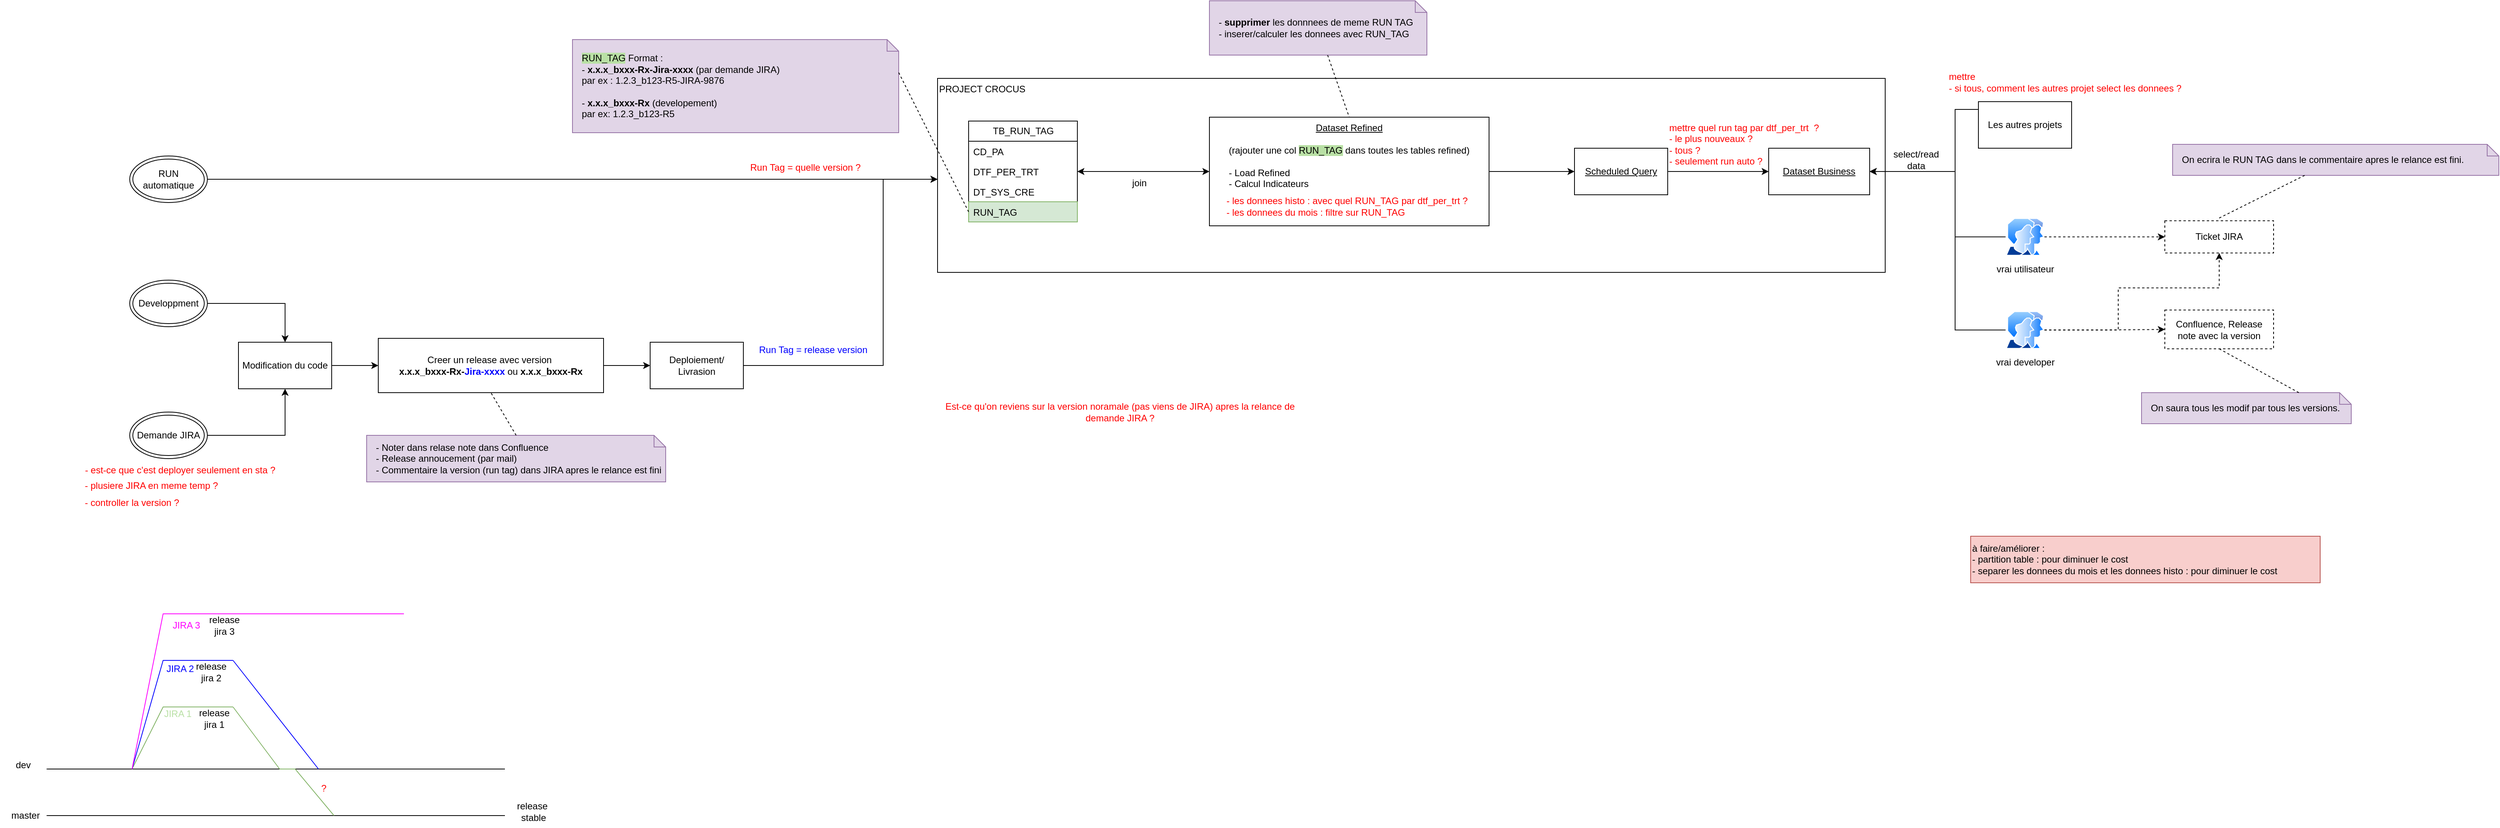
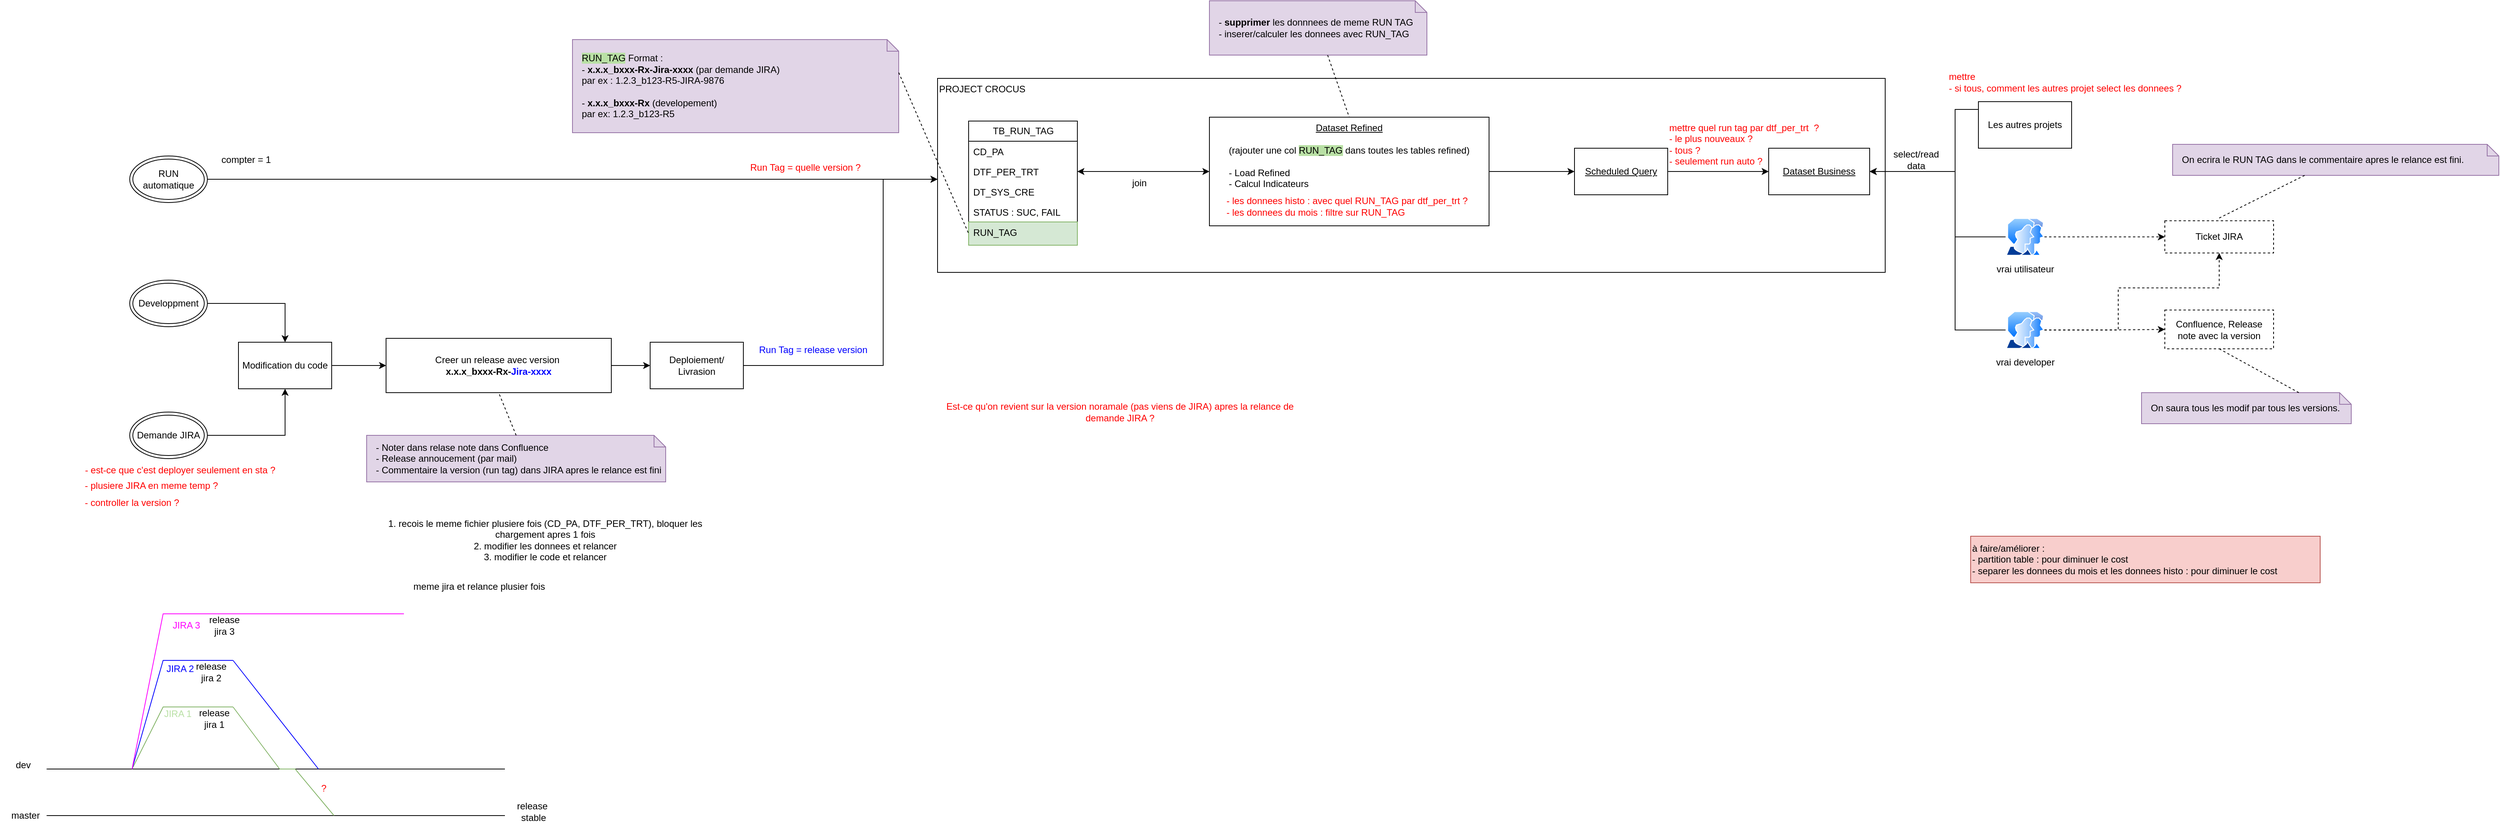
<mxfile host="app.diagrams.net">
  <diagram name="Page-1" id="bEAYSmEDHXBXhFzCy1HB">
-     <mxGraphModel dx="2873" dy="1106" grid="1" gridSize="10" guides="1" tooltips="1" connect="1" arrows="1" fold="1" page="1" pageScale="1" pageWidth="827" pageHeight="1169" math="0" shadow="0">
+     <mxGraphModel dx="2077" dy="608" grid="1" gridSize="10" guides="1" tooltips="1" connect="1" arrows="1" fold="1" page="1" pageScale="1" pageWidth="827" pageHeight="1169" math="0" shadow="0">
      <root>
        <mxCell id="0" />
        <mxCell id="1" parent="0" />
        <mxCell id="QUzsFoNl6aFI_2ed8XXq-13" parent="1" style="rounded=0;whiteSpace=wrap;html=1;align=left;verticalAlign=top;" value="PROJECT CROCUS" vertex="1">
          <mxGeometry height="250" width="1220" x="380" y="140" as="geometry" />
        </mxCell>
        <mxCell id="QUzsFoNl6aFI_2ed8XXq-1" parent="1" style="swimlane;fontStyle=0;childLayout=stackLayout;horizontal=1;startSize=26;fillColor=none;horizontalStack=0;resizeParent=1;resizeParentMax=0;resizeLast=0;collapsible=1;marginBottom=0;html=1;" value="TB_RUN_TAG" vertex="1">
-           <mxGeometry height="130" width="140" x="420" y="195" as="geometry" />
+           <mxGeometry height="160" width="140" x="420" y="195" as="geometry" />
        </mxCell>
        <mxCell id="QUzsFoNl6aFI_2ed8XXq-2" parent="QUzsFoNl6aFI_2ed8XXq-1" style="text;strokeColor=none;fillColor=none;align=left;verticalAlign=top;spacingLeft=4;spacingRight=4;overflow=hidden;rotatable=0;points=[[0,0.5],[1,0.5]];portConstraint=eastwest;whiteSpace=wrap;html=1;" value="CD_PA" vertex="1">
          <mxGeometry height="26" width="140" y="26" as="geometry" />
        </mxCell>
        <mxCell id="QUzsFoNl6aFI_2ed8XXq-3" parent="QUzsFoNl6aFI_2ed8XXq-1" style="text;strokeColor=none;fillColor=none;align=left;verticalAlign=top;spacingLeft=4;spacingRight=4;overflow=hidden;rotatable=0;points=[[0,0.5],[1,0.5]];portConstraint=eastwest;whiteSpace=wrap;html=1;" value="DTF_PER_TRT" vertex="1">
          <mxGeometry height="26" width="140" y="52" as="geometry" />
        </mxCell>
        <mxCell id="QUzsFoNl6aFI_2ed8XXq-4" parent="QUzsFoNl6aFI_2ed8XXq-1" style="text;strokeColor=none;fillColor=none;align=left;verticalAlign=top;spacingLeft=4;spacingRight=4;overflow=hidden;rotatable=0;points=[[0,0.5],[1,0.5]];portConstraint=eastwest;whiteSpace=wrap;html=1;" value="DT_SYS_CRE" vertex="1">
          <mxGeometry height="26" width="140" y="78" as="geometry" />
        </mxCell>
+         <mxCell id="QUzsFoNl6aFI_2ed8XXq-105" parent="QUzsFoNl6aFI_2ed8XXq-1" style="text;strokeColor=none;fillColor=none;align=left;verticalAlign=top;spacingLeft=4;spacingRight=4;overflow=hidden;rotatable=0;points=[[0,0.5],[1,0.5]];portConstraint=eastwest;whiteSpace=wrap;html=1;" value="STATUS : SUC, FAIL" vertex="1">
+           <mxGeometry height="26" width="140" y="104" as="geometry" />
+         </mxCell>
        <mxCell id="QUzsFoNl6aFI_2ed8XXq-5" parent="QUzsFoNl6aFI_2ed8XXq-1" style="text;strokeColor=#82b366;fillColor=#d5e8d4;align=left;verticalAlign=top;spacingLeft=4;spacingRight=4;overflow=hidden;rotatable=0;points=[[0,0.5],[1,0.5]];portConstraint=eastwest;whiteSpace=wrap;html=1;" value="RUN_TAG" vertex="1">
-           <mxGeometry height="26" width="140" y="104" as="geometry" />
+           <mxGeometry height="30" width="140" y="130" as="geometry" />
        </mxCell>
        <mxCell id="QUzsFoNl6aFI_2ed8XXq-7" parent="1" style="shape=note;size=15;align=left;spacingLeft=10;html=1;whiteSpace=wrap;fillColor=#e1d5e7;strokeColor=#9673a6;" value="&lt;span style=&quot;background-color: rgb(185, 224, 165);&quot;&gt;RUN_TAG&lt;/span&gt; Format :&amp;nbsp;&lt;div&gt;- &lt;b&gt;x.x.x_bxxx-Rx-Jira-xxxx&lt;/b&gt; (par demande JIRA)&amp;nbsp;&lt;/div&gt;&lt;div&gt;par ex : 1.2.3_b123-R5-JIRA-9876&lt;/div&gt;&lt;div&gt;&lt;br&gt;&lt;/div&gt;&lt;div&gt;-&lt;b&gt; x.x.x_bxxx-Rx&lt;/b&gt; (developement)&lt;/div&gt;&lt;div&gt;&lt;span style=&quot;background-color: transparent; color: light-dark(rgb(0, 0, 0), rgb(255, 255, 255));&quot;&gt;par ex: 1.2.3_b123-R5&lt;/span&gt;&lt;/div&gt;" vertex="1">
          <mxGeometry height="120" width="420" x="-90" y="90" as="geometry" />
        </mxCell>
        <mxCell id="QUzsFoNl6aFI_2ed8XXq-8" edge="1" parent="1" source="QUzsFoNl6aFI_2ed8XXq-7" style="edgeStyle=none;endArrow=none;exitX=0;exitY=0;dashed=1;html=1;rounded=0;entryX=0;entryY=0.5;entryDx=0;entryDy=0;exitDx=420;exitDy=42.5;exitPerimeter=0;" target="QUzsFoNl6aFI_2ed8XXq-5" value="">
          <mxGeometry relative="1" x="1" as="geometry">
            <mxPoint x="590" y="660" as="targetPoint" />
          </mxGeometry>
        </mxCell>
        <mxCell id="QUzsFoNl6aFI_2ed8XXq-10" parent="1" style="rounded=0;whiteSpace=wrap;html=1;dashed=1;" value="Confluence, Release note avec la v&lt;span style=&quot;background-color: transparent; color: light-dark(rgb(0, 0, 0), rgb(255, 255, 255));&quot;&gt;ersion&lt;/span&gt;" vertex="1">
          <mxGeometry height="50" width="140" x="1960" y="438.5" as="geometry" />
        </mxCell>
        <mxCell id="QUzsFoNl6aFI_2ed8XXq-11" parent="1" style="rounded=0;whiteSpace=wrap;html=1;dashed=1;" value="Ticket JIRA" vertex="1">
          <mxGeometry height="41.5" width="140" x="1960" y="323.5" as="geometry" />
        </mxCell>
        <mxCell id="QUzsFoNl6aFI_2ed8XXq-42" edge="1" parent="1" source="QUzsFoNl6aFI_2ed8XXq-12" style="edgeStyle=orthogonalEdgeStyle;rounded=0;orthogonalLoop=1;jettySize=auto;html=1;entryX=1;entryY=0.5;entryDx=0;entryDy=0;startArrow=classic;startFill=1;" target="QUzsFoNl6aFI_2ed8XXq-3">
          <mxGeometry relative="1" as="geometry" />
        </mxCell>
        <mxCell id="QUzsFoNl6aFI_2ed8XXq-50" edge="1" parent="1" source="QUzsFoNl6aFI_2ed8XXq-12" style="edgeStyle=orthogonalEdgeStyle;rounded=0;orthogonalLoop=1;jettySize=auto;html=1;" target="QUzsFoNl6aFI_2ed8XXq-46">
          <mxGeometry relative="1" as="geometry">
            <Array as="points" />
          </mxGeometry>
        </mxCell>
        <mxCell id="QUzsFoNl6aFI_2ed8XXq-12" parent="1" style="rounded=0;whiteSpace=wrap;html=1;verticalAlign=top;" value="&lt;u&gt;Dataset Refined&lt;/u&gt;&lt;div&gt;&lt;u&gt;&lt;br&gt;&lt;/u&gt;&lt;div&gt;(rajouter une col &lt;span style=&quot;background-color: rgb(185, 224, 165);&quot;&gt;RUN_TAG&lt;/span&gt;&lt;span&gt; &lt;/span&gt;dans toutes les tables refined)&lt;/div&gt;&lt;div&gt;&lt;br&gt;&lt;/div&gt;&lt;div style=&quot;text-align: left;&quot;&gt;- Load Refined&amp;nbsp; &amp;nbsp; &amp;nbsp; &amp;nbsp;&lt;/div&gt;&lt;div style=&quot;text-align: left;&quot;&gt;- Calcul Indicateurs&lt;/div&gt;&lt;/div&gt;" vertex="1">
          <mxGeometry height="140" width="360" x="730" y="190" as="geometry" />
        </mxCell>
        <mxCell id="QUzsFoNl6aFI_2ed8XXq-27" edge="1" parent="1" source="QUzsFoNl6aFI_2ed8XXq-33" style="edgeStyle=orthogonalEdgeStyle;rounded=0;orthogonalLoop=1;jettySize=auto;html=1;entryX=0.5;entryY=0;entryDx=0;entryDy=0;" target="QUzsFoNl6aFI_2ed8XXq-23">
          <mxGeometry relative="1" as="geometry">
            <mxPoint x="-760" y="325" as="sourcePoint" />
          </mxGeometry>
        </mxCell>
        <mxCell id="QUzsFoNl6aFI_2ed8XXq-29" edge="1" parent="1" source="QUzsFoNl6aFI_2ed8XXq-34" style="edgeStyle=orthogonalEdgeStyle;rounded=0;orthogonalLoop=1;jettySize=auto;html=1;entryX=0.5;entryY=1;entryDx=0;entryDy=0;" target="QUzsFoNl6aFI_2ed8XXq-23">
          <mxGeometry relative="1" as="geometry">
            <mxPoint x="-820" y="785" as="sourcePoint" />
          </mxGeometry>
        </mxCell>
        <mxCell id="QUzsFoNl6aFI_2ed8XXq-19" parent="1" style="text;html=1;whiteSpace=wrap;strokeColor=none;fillColor=none;align=center;verticalAlign=middle;rounded=0;fontColor=#0000FF;" value="&lt;font style=&quot;color: rgb(255, 0, 0);&quot;&gt;Run Tag = quelle version ?&lt;/font&gt;" vertex="1">
          <mxGeometry height="30" width="200" x="110" y="240" as="geometry" />
        </mxCell>
        <mxCell id="QUzsFoNl6aFI_2ed8XXq-28" edge="1" parent="1" source="QUzsFoNl6aFI_2ed8XXq-23" style="edgeStyle=orthogonalEdgeStyle;rounded=0;orthogonalLoop=1;jettySize=auto;html=1;" target="QUzsFoNl6aFI_2ed8XXq-25">
          <mxGeometry relative="1" as="geometry" />
        </mxCell>
        <mxCell id="QUzsFoNl6aFI_2ed8XXq-23" parent="1" style="rounded=0;whiteSpace=wrap;html=1;" value="Modification du code" vertex="1">
          <mxGeometry height="60" width="120" x="-520" y="480" as="geometry" />
        </mxCell>
        <mxCell id="QUzsFoNl6aFI_2ed8XXq-31" edge="1" parent="1" source="QUzsFoNl6aFI_2ed8XXq-24" style="edgeStyle=orthogonalEdgeStyle;rounded=0;orthogonalLoop=1;jettySize=auto;html=1;" target="QUzsFoNl6aFI_2ed8XXq-13">
          <mxGeometry relative="1" as="geometry">
            <Array as="points">
              <mxPoint x="310" y="510" />
              <mxPoint x="310" y="270" />
            </Array>
          </mxGeometry>
        </mxCell>
        <mxCell id="QUzsFoNl6aFI_2ed8XXq-24" parent="1" style="rounded=0;whiteSpace=wrap;html=1;" value="Deploiement/ Livrasion" vertex="1">
          <mxGeometry height="60" width="120" x="10" y="480" as="geometry" />
        </mxCell>
        <mxCell id="QUzsFoNl6aFI_2ed8XXq-30" edge="1" parent="1" source="QUzsFoNl6aFI_2ed8XXq-25" style="edgeStyle=orthogonalEdgeStyle;rounded=0;orthogonalLoop=1;jettySize=auto;html=1;entryX=0;entryY=0.5;entryDx=0;entryDy=0;" target="QUzsFoNl6aFI_2ed8XXq-24">
          <mxGeometry relative="1" as="geometry" />
        </mxCell>
-         <mxCell id="QUzsFoNl6aFI_2ed8XXq-25" parent="1" style="rounded=0;whiteSpace=wrap;html=1;" value="Creer un release avec version&amp;nbsp;&lt;div&gt;&lt;span style=&quot;text-align: left;&quot;&gt;&lt;b&gt;x.x.x_bxxx-Rx-&lt;font style=&quot;color: rgb(0, 0, 255);&quot;&gt;Jira-xxxx&lt;/font&gt;&lt;/b&gt; ou&amp;nbsp;&lt;/span&gt;&lt;span style=&quot;text-align: left;&quot;&gt;&lt;b&gt;x.x.x_bxxx-Rx&lt;/b&gt;&lt;/span&gt;&lt;/div&gt;" vertex="1">
-           <mxGeometry height="70" width="290" x="-340" y="475" as="geometry" />
+         <mxCell id="QUzsFoNl6aFI_2ed8XXq-25" parent="1" style="rounded=0;whiteSpace=wrap;html=1;" value="Creer un release avec version&amp;nbsp;&lt;div&gt;&lt;span style=&quot;text-align: left;&quot;&gt;&lt;b&gt;x.x.x_bxxx-Rx-&lt;font style=&quot;color: rgb(0, 0, 255);&quot;&gt;Jira-xxxx&lt;/font&gt;&lt;/b&gt;&lt;/span&gt;&lt;/div&gt;" vertex="1">
+           <mxGeometry height="70" width="290" x="-330" y="475" as="geometry" />
        </mxCell>
        <mxCell id="QUzsFoNl6aFI_2ed8XXq-33" parent="1" style="ellipse;shape=doubleEllipse;whiteSpace=wrap;html=1;" value="Developpment" vertex="1">
          <mxGeometry height="60" width="100" x="-660" y="400" as="geometry" />
        </mxCell>
        <mxCell id="QUzsFoNl6aFI_2ed8XXq-34" parent="1" style="ellipse;shape=doubleEllipse;whiteSpace=wrap;html=1;" value="Demande JIRA" vertex="1">
          <mxGeometry height="60" width="100" x="-660" y="570" as="geometry" />
        </mxCell>
        <mxCell id="QUzsFoNl6aFI_2ed8XXq-36" edge="1" parent="1" source="QUzsFoNl6aFI_2ed8XXq-35" style="edgeStyle=orthogonalEdgeStyle;rounded=0;orthogonalLoop=1;jettySize=auto;html=1;" target="QUzsFoNl6aFI_2ed8XXq-13">
          <mxGeometry relative="1" as="geometry">
            <Array as="points">
              <mxPoint x="40" y="270" />
              <mxPoint x="40" y="270" />
            </Array>
          </mxGeometry>
        </mxCell>
        <mxCell id="QUzsFoNl6aFI_2ed8XXq-35" parent="1" style="ellipse;shape=doubleEllipse;whiteSpace=wrap;html=1;" value="RUN automatique" vertex="1">
          <mxGeometry height="60" width="100" x="-660" y="240" as="geometry" />
        </mxCell>
        <mxCell id="QUzsFoNl6aFI_2ed8XXq-37" parent="1" style="text;html=1;whiteSpace=wrap;strokeColor=none;fillColor=none;align=center;verticalAlign=middle;rounded=0;fontColor=#0000FF;" value="Run Tag = release version" vertex="1">
          <mxGeometry height="30" width="200" x="120" y="475" as="geometry" />
        </mxCell>
        <mxCell id="QUzsFoNl6aFI_2ed8XXq-38" parent="1" style="shape=note;size=15;align=left;spacingLeft=10;html=1;whiteSpace=wrap;fillColor=#e1d5e7;strokeColor=#9673a6;" value="- Noter dans relase note dans Confluence&lt;div&gt;- Release annoucement (par mail)&lt;/div&gt;&lt;div&gt;- Commentaire la version (run tag) dans JIRA apres le relance est fini&lt;/div&gt;" vertex="1">
          <mxGeometry height="60" width="385" x="-355" y="600" as="geometry" />
        </mxCell>
        <mxCell id="QUzsFoNl6aFI_2ed8XXq-39" edge="1" parent="1" source="QUzsFoNl6aFI_2ed8XXq-38" style="edgeStyle=none;endArrow=none;exitX=0.5;exitY=0;dashed=1;html=1;rounded=0;entryX=0.5;entryY=1;entryDx=0;entryDy=0;exitDx=0;exitDy=0;exitPerimeter=0;" target="QUzsFoNl6aFI_2ed8XXq-25" value="">
          <mxGeometry relative="1" x="1" as="geometry">
            <mxPoint x="710" y="660" as="sourcePoint" />
            <mxPoint x="762" y="510" as="targetPoint" />
          </mxGeometry>
        </mxCell>
        <mxCell id="QUzsFoNl6aFI_2ed8XXq-40" parent="1" style="shape=note;size=15;align=left;spacingLeft=10;html=1;whiteSpace=wrap;fillColor=#e1d5e7;strokeColor=#9673a6;" value="- &lt;b&gt;supprimer &lt;/b&gt;les donnnees de meme RUN TAG&lt;div&gt;- inserer/calculer les donnees avec RUN_TAG&lt;/div&gt;" vertex="1">
          <mxGeometry height="70" width="280" x="730" y="40" as="geometry" />
        </mxCell>
        <mxCell id="QUzsFoNl6aFI_2ed8XXq-41" edge="1" parent="1" source="QUzsFoNl6aFI_2ed8XXq-40" style="edgeStyle=none;endArrow=none;dashed=1;html=1;rounded=0;entryX=0.5;entryY=0;entryDx=0;entryDy=0;" target="QUzsFoNl6aFI_2ed8XXq-12" value="">
          <mxGeometry relative="1" x="1" as="geometry">
            <mxPoint x="720" y="650" as="sourcePoint" />
            <mxPoint x="772" y="500" as="targetPoint" />
          </mxGeometry>
        </mxCell>
        <mxCell id="QUzsFoNl6aFI_2ed8XXq-43" parent="1" style="text;html=1;whiteSpace=wrap;strokeColor=none;fillColor=none;align=left;verticalAlign=middle;rounded=0;" value="&lt;font style=&quot;color: rgb(255, 0, 0);&quot;&gt;- les donnees histo : avec quel RUN_TAG par dtf_per_trt ?&lt;/font&gt;&lt;div&gt;&lt;font style=&quot;color: rgb(255, 0, 0);&quot;&gt;- les donnees du mois : f&lt;/font&gt;&lt;span style=&quot;color: light-dark(rgb(255, 0, 0), rgb(255, 144, 144)); background-color: transparent;&quot;&gt;iltre sur RUN_TAG&lt;/span&gt;&lt;/div&gt;" vertex="1">
          <mxGeometry height="30" width="330" x="750" y="290" as="geometry" />
        </mxCell>
        <mxCell id="QUzsFoNl6aFI_2ed8XXq-45" parent="1" style="rounded=0;whiteSpace=wrap;html=1;" value="&lt;u&gt;Dataset Business&lt;/u&gt;" vertex="1">
          <mxGeometry height="60" width="130" x="1450" y="230" as="geometry" />
        </mxCell>
        <mxCell id="QUzsFoNl6aFI_2ed8XXq-48" edge="1" parent="1" source="QUzsFoNl6aFI_2ed8XXq-46" style="edgeStyle=orthogonalEdgeStyle;rounded=0;orthogonalLoop=1;jettySize=auto;html=1;" target="QUzsFoNl6aFI_2ed8XXq-45">
          <mxGeometry relative="1" as="geometry" />
        </mxCell>
        <mxCell id="QUzsFoNl6aFI_2ed8XXq-46" parent="1" style="rounded=0;whiteSpace=wrap;html=1;" value="&lt;u&gt;Scheduled Query&lt;/u&gt;" vertex="1">
          <mxGeometry height="60" width="120" x="1200" y="230" as="geometry" />
        </mxCell>
        <mxCell id="QUzsFoNl6aFI_2ed8XXq-51" parent="1" style="text;html=1;whiteSpace=wrap;strokeColor=none;fillColor=none;align=left;verticalAlign=middle;rounded=0;fontColor=#FF0000;" value="mettre quel run tag par dtf_per_trt&amp;nbsp;&amp;nbsp;?&amp;nbsp;&lt;div&gt;- le plus nouveaux ?&lt;/div&gt;&lt;div&gt;- tous ?&lt;/div&gt;&lt;div&gt;- seulement run auto ?&lt;/div&gt;" vertex="1">
          <mxGeometry height="30" width="370" x="1320" y="210" as="geometry" />
        </mxCell>
        <mxCell id="QUzsFoNl6aFI_2ed8XXq-59" edge="1" parent="1" source="QUzsFoNl6aFI_2ed8XXq-52" style="edgeStyle=orthogonalEdgeStyle;rounded=0;orthogonalLoop=1;jettySize=auto;html=1;entryX=1;entryY=0.5;entryDx=0;entryDy=0;" target="QUzsFoNl6aFI_2ed8XXq-45">
          <mxGeometry relative="1" as="geometry">
            <Array as="points">
              <mxPoint x="1690" y="180" />
              <mxPoint x="1690" y="260" />
            </Array>
          </mxGeometry>
        </mxCell>
        <mxCell id="QUzsFoNl6aFI_2ed8XXq-52" parent="1" style="rounded=0;whiteSpace=wrap;html=1;" value="Les autres projets" vertex="1">
          <mxGeometry height="60" width="120" x="1720" y="170" as="geometry" />
        </mxCell>
        <mxCell id="QUzsFoNl6aFI_2ed8XXq-58" edge="1" parent="1" source="QUzsFoNl6aFI_2ed8XXq-57" style="edgeStyle=orthogonalEdgeStyle;rounded=0;orthogonalLoop=1;jettySize=auto;html=1;entryX=1;entryY=0.5;entryDx=0;entryDy=0;" target="QUzsFoNl6aFI_2ed8XXq-45">
          <mxGeometry relative="1" as="geometry">
            <Array as="points">
              <mxPoint x="1690" y="344" />
              <mxPoint x="1690" y="260" />
            </Array>
          </mxGeometry>
        </mxCell>
        <mxCell id="QUzsFoNl6aFI_2ed8XXq-65" edge="1" parent="1" source="QUzsFoNl6aFI_2ed8XXq-57" style="edgeStyle=orthogonalEdgeStyle;rounded=0;orthogonalLoop=1;jettySize=auto;html=1;dashed=1;" target="QUzsFoNl6aFI_2ed8XXq-11">
          <mxGeometry relative="1" as="geometry" />
        </mxCell>
        <mxCell id="QUzsFoNl6aFI_2ed8XXq-57" parent="1" style="image;aspect=fixed;perimeter=ellipsePerimeter;html=1;align=center;shadow=0;dashed=0;spacingTop=3;image=img/lib/active_directory/user_accounts.svg;" value="vrai utilisateur" vertex="1">
          <mxGeometry height="48.5" width="50" x="1755" y="320" as="geometry" />
        </mxCell>
        <mxCell id="QUzsFoNl6aFI_2ed8XXq-60" parent="1" style="text;html=1;whiteSpace=wrap;strokeColor=none;fillColor=none;align=center;verticalAlign=middle;rounded=0;" value="select/read data" vertex="1">
          <mxGeometry height="30" width="60" x="1610" y="230" as="geometry" />
        </mxCell>
        <mxCell id="QUzsFoNl6aFI_2ed8XXq-63" edge="1" parent="1" source="QUzsFoNl6aFI_2ed8XXq-62" style="edgeStyle=orthogonalEdgeStyle;rounded=0;orthogonalLoop=1;jettySize=auto;html=1;entryX=1;entryY=0.5;entryDx=0;entryDy=0;" target="QUzsFoNl6aFI_2ed8XXq-45">
          <mxGeometry relative="1" as="geometry">
            <Array as="points">
              <mxPoint x="1690" y="464" />
              <mxPoint x="1690" y="260" />
            </Array>
          </mxGeometry>
        </mxCell>
        <mxCell id="QUzsFoNl6aFI_2ed8XXq-66" edge="1" parent="1" source="QUzsFoNl6aFI_2ed8XXq-62" style="edgeStyle=orthogonalEdgeStyle;rounded=0;orthogonalLoop=1;jettySize=auto;html=1;dashed=1;" target="QUzsFoNl6aFI_2ed8XXq-10">
          <mxGeometry relative="1" as="geometry" />
        </mxCell>
        <mxCell id="QUzsFoNl6aFI_2ed8XXq-68" edge="1" parent="1" source="QUzsFoNl6aFI_2ed8XXq-62" style="edgeStyle=orthogonalEdgeStyle;rounded=0;orthogonalLoop=1;jettySize=auto;html=1;entryX=0.5;entryY=1;entryDx=0;entryDy=0;dashed=1;" target="QUzsFoNl6aFI_2ed8XXq-11">
          <mxGeometry relative="1" as="geometry">
            <Array as="points">
              <mxPoint x="1900" y="464" />
              <mxPoint x="1900" y="410" />
              <mxPoint x="2030" y="410" />
            </Array>
          </mxGeometry>
        </mxCell>
        <mxCell id="QUzsFoNl6aFI_2ed8XXq-62" parent="1" style="image;aspect=fixed;perimeter=ellipsePerimeter;html=1;align=center;shadow=0;dashed=0;spacingTop=3;image=img/lib/active_directory/user_accounts.svg;" value="vrai developer" vertex="1">
          <mxGeometry height="48.5" width="50" x="1755" y="440" as="geometry" />
        </mxCell>
        <mxCell id="QUzsFoNl6aFI_2ed8XXq-69" parent="1" style="shape=note;size=15;align=left;spacingLeft=10;html=1;whiteSpace=wrap;fillColor=#e1d5e7;strokeColor=#9673a6;" value="On ecrira le RUN TAG dans le commentaire apres le relance est fini." vertex="1">
          <mxGeometry height="40" width="420" x="1970" y="225" as="geometry" />
        </mxCell>
        <mxCell id="QUzsFoNl6aFI_2ed8XXq-70" edge="1" parent="1" source="QUzsFoNl6aFI_2ed8XXq-69" style="edgeStyle=none;endArrow=none;dashed=1;html=1;rounded=0;" value="">
          <mxGeometry relative="1" x="1" as="geometry">
            <mxPoint x="970" y="210" as="sourcePoint" />
            <mxPoint x="2030" y="320" as="targetPoint" />
          </mxGeometry>
        </mxCell>
        <mxCell id="QUzsFoNl6aFI_2ed8XXq-71" parent="1" style="shape=note;size=15;align=left;spacingLeft=10;html=1;whiteSpace=wrap;fillColor=#e1d5e7;strokeColor=#9673a6;" value="On saura tous les modif par tous les versions." vertex="1">
          <mxGeometry height="40" width="270" x="1930" y="545" as="geometry" />
        </mxCell>
        <mxCell id="QUzsFoNl6aFI_2ed8XXq-72" edge="1" parent="1" source="QUzsFoNl6aFI_2ed8XXq-71" style="edgeStyle=none;endArrow=none;dashed=1;html=1;rounded=0;entryX=0.5;entryY=1;entryDx=0;entryDy=0;exitX=0;exitY=0;exitDx=202.5;exitDy=0;exitPerimeter=0;" target="QUzsFoNl6aFI_2ed8XXq-10" value="">
          <mxGeometry relative="1" x="1" as="geometry">
            <mxPoint x="2180" y="470" as="sourcePoint" />
            <mxPoint x="2070" y="525" as="targetPoint" />
          </mxGeometry>
        </mxCell>
        <mxCell id="QUzsFoNl6aFI_2ed8XXq-73" parent="1" style="text;html=1;whiteSpace=wrap;strokeColor=none;fillColor=none;align=left;verticalAlign=middle;rounded=0;fontColor=#FF0000;" value="mettre&amp;nbsp;&lt;div&gt;&lt;span style=&quot;background-color: transparent; color: light-dark(rgb(255, 0, 0), rgb(255, 144, 144));&quot;&gt;- si tous, comment les autres projet select les donnees ?&lt;/span&gt;&lt;/div&gt;" vertex="1">
          <mxGeometry height="30" width="370" x="1680" y="130" as="geometry" />
        </mxCell>
        <mxCell id="QUzsFoNl6aFI_2ed8XXq-74" parent="1" style="rounded=0;whiteSpace=wrap;html=1;align=left;fillColor=#f8cecc;strokeColor=#b85450;" value="à faire/améliorer :&lt;div&gt;- partition table : pour diminuer le cost&lt;/div&gt;&lt;div&gt;- separer les donnees du mois et les donnees histo&amp;nbsp;&lt;span style=&quot;background-color: transparent; color: light-dark(rgb(0, 0, 0), rgb(255, 255, 255));&quot;&gt;: pour diminuer le cost&lt;/span&gt;&lt;/div&gt;" vertex="1">
          <mxGeometry height="60" width="450" x="1710" y="730" as="geometry" />
        </mxCell>
        <mxCell id="QUzsFoNl6aFI_2ed8XXq-76" parent="1" style="text;html=1;whiteSpace=wrap;strokeColor=none;fillColor=none;align=center;verticalAlign=middle;rounded=0;" value="join" vertex="1">
          <mxGeometry height="30" width="60" x="610" y="260" as="geometry" />
        </mxCell>
-         <mxCell id="QUzsFoNl6aFI_2ed8XXq-77" parent="1" style="text;html=1;whiteSpace=wrap;strokeColor=none;fillColor=none;align=center;verticalAlign=middle;rounded=0;fontColor=#FF0000;" value="Est-ce qu&#39;on reviens sur la version noramale (pas viens de JIRA) apres la relance de demande JIRA ?" vertex="1">
+         <mxCell id="QUzsFoNl6aFI_2ed8XXq-77" parent="1" style="text;html=1;whiteSpace=wrap;strokeColor=none;fillColor=none;align=center;verticalAlign=middle;rounded=0;fontColor=#FF0000;" value="Est-ce qu&#39;on revient sur la version noramale (pas viens de JIRA) apres la relance de demande JIRA ?" vertex="1">
          <mxGeometry height="30" width="470" x="380" y="555" as="geometry" />
        </mxCell>
        <mxCell id="QUzsFoNl6aFI_2ed8XXq-78" parent="1" style="text;html=1;whiteSpace=wrap;strokeColor=none;fillColor=none;align=center;verticalAlign=middle;rounded=0;fontColor=#FF0000;" value="- est-ce que c&#39;est deployer seulement en sta ?" vertex="1">
          <mxGeometry height="30" width="290" x="-740" y="630" as="geometry" />
        </mxCell>
        <mxCell id="QUzsFoNl6aFI_2ed8XXq-79" parent="1" style="text;html=1;whiteSpace=wrap;strokeColor=none;fillColor=none;align=center;verticalAlign=middle;rounded=0;fontColor=#FF0000;" value="- plusiere JIRA en meme temp ?" vertex="1">
          <mxGeometry height="30" width="290" x="-777" y="650" as="geometry" />
        </mxCell>
        <mxCell id="QUzsFoNl6aFI_2ed8XXq-80" parent="1" style="text;html=1;whiteSpace=wrap;strokeColor=none;fillColor=none;align=center;verticalAlign=middle;rounded=0;fontColor=#FF0000;" value="- controller la version ?" vertex="1">
          <mxGeometry height="30" width="290" x="-802" y="672" as="geometry" />
        </mxCell>
        <mxCell id="QUzsFoNl6aFI_2ed8XXq-81" edge="1" parent="1" style="endArrow=none;html=1;rounded=0;" value="">
          <mxGeometry height="50" relative="1" width="50" as="geometry">
            <mxPoint x="-767" y="1030" as="sourcePoint" />
            <mxPoint x="-177" y="1030" as="targetPoint" />
          </mxGeometry>
        </mxCell>
        <mxCell id="QUzsFoNl6aFI_2ed8XXq-83" edge="1" parent="1" style="endArrow=none;html=1;rounded=0;fillColor=#d5e8d4;strokeColor=#82b366;" value="">
          <mxGeometry height="50" relative="1" width="50" as="geometry">
            <Array as="points">
              <mxPoint x="-617" y="950" />
            </Array>
            <mxPoint x="-657" y="1030" as="sourcePoint" />
            <mxPoint x="-527" y="950" as="targetPoint" />
          </mxGeometry>
        </mxCell>
        <mxCell id="QUzsFoNl6aFI_2ed8XXq-84" parent="1" style="text;html=1;whiteSpace=wrap;strokeColor=none;fillColor=none;align=center;verticalAlign=middle;rounded=0;" value="dev" vertex="1">
          <mxGeometry height="30" width="60" x="-827" y="1010" as="geometry" />
        </mxCell>
        <mxCell id="QUzsFoNl6aFI_2ed8XXq-85" edge="1" parent="1" style="endArrow=none;html=1;rounded=0;strokeColor=#0000FF;" value="">
          <mxGeometry height="50" relative="1" width="50" as="geometry">
            <Array as="points">
              <mxPoint x="-617" y="890" />
            </Array>
            <mxPoint x="-657" y="1030" as="sourcePoint" />
            <mxPoint x="-527" y="890" as="targetPoint" />
          </mxGeometry>
        </mxCell>
        <mxCell id="QUzsFoNl6aFI_2ed8XXq-86" edge="1" parent="1" style="endArrow=none;html=1;rounded=0;strokeColor=#FF00FF;" value="">
          <mxGeometry height="50" relative="1" width="50" as="geometry">
            <Array as="points">
              <mxPoint x="-617" y="830" />
            </Array>
            <mxPoint x="-657" y="1030" as="sourcePoint" />
            <mxPoint x="-307" y="830" as="targetPoint" />
          </mxGeometry>
        </mxCell>
        <mxCell id="QUzsFoNl6aFI_2ed8XXq-87" parent="1" style="text;html=1;whiteSpace=wrap;strokeColor=none;fillColor=none;align=center;verticalAlign=middle;rounded=0;fontColor=#B9E0A5;" value="JIRA 1" vertex="1">
          <mxGeometry height="30" width="60" x="-628" y="944" as="geometry" />
        </mxCell>
        <mxCell id="QUzsFoNl6aFI_2ed8XXq-88" parent="1" style="text;html=1;whiteSpace=wrap;strokeColor=none;fillColor=none;align=center;verticalAlign=middle;rounded=0;fontColor=#0000FF;" value="JIRA 2" vertex="1">
          <mxGeometry height="30" width="60" x="-625" y="886" as="geometry" />
        </mxCell>
        <mxCell id="QUzsFoNl6aFI_2ed8XXq-89" parent="1" style="text;html=1;whiteSpace=wrap;strokeColor=none;fillColor=none;align=center;verticalAlign=middle;rounded=0;fontColor=#FF00FF;" value="JIRA 3" vertex="1">
          <mxGeometry height="30" width="60" x="-617" y="830" as="geometry" />
        </mxCell>
        <mxCell id="QUzsFoNl6aFI_2ed8XXq-90" edge="1" parent="1" style="endArrow=none;html=1;rounded=0;" value="">
          <mxGeometry height="50" relative="1" width="50" as="geometry">
            <mxPoint x="-767" y="1090" as="sourcePoint" />
            <mxPoint x="-177" y="1090" as="targetPoint" />
          </mxGeometry>
        </mxCell>
        <mxCell id="QUzsFoNl6aFI_2ed8XXq-91" parent="1" style="text;html=1;whiteSpace=wrap;strokeColor=none;fillColor=none;align=center;verticalAlign=middle;rounded=0;" value="master" vertex="1">
          <mxGeometry height="30" width="60" x="-824" y="1075" as="geometry" />
        </mxCell>
        <mxCell id="QUzsFoNl6aFI_2ed8XXq-92" edge="1" parent="1" style="endArrow=none;html=1;rounded=0;fillColor=#d5e8d4;strokeColor=#82b366;" value="">
          <mxGeometry height="50" relative="1" width="50" as="geometry">
            <mxPoint x="-527" y="950" as="sourcePoint" />
            <mxPoint x="-467" y="1030" as="targetPoint" />
          </mxGeometry>
        </mxCell>
        <mxCell id="QUzsFoNl6aFI_2ed8XXq-94" edge="1" parent="1" style="endArrow=none;html=1;rounded=0;strokeColor=#0000FF;" value="">
          <mxGeometry height="50" relative="1" width="50" as="geometry">
            <mxPoint x="-527" y="890" as="sourcePoint" />
            <mxPoint x="-417" y="1030" as="targetPoint" />
          </mxGeometry>
        </mxCell>
        <mxCell id="QUzsFoNl6aFI_2ed8XXq-95" edge="1" parent="1" style="endArrow=none;html=1;rounded=0;fillColor=#d5e8d4;strokeColor=#82b366;" value="">
          <mxGeometry height="50" relative="1" width="50" as="geometry">
            <mxPoint x="-447" y="1030" as="sourcePoint" />
            <mxPoint x="-397" y="1090" as="targetPoint" />
          </mxGeometry>
        </mxCell>
        <mxCell id="QUzsFoNl6aFI_2ed8XXq-96" edge="1" parent="1" style="endArrow=none;html=1;rounded=0;fillColor=#d5e8d4;strokeColor=#82b366;" value="">
          <mxGeometry height="50" relative="1" width="50" as="geometry">
            <mxPoint x="-467" y="1030" as="sourcePoint" />
            <mxPoint x="-447" y="1030" as="targetPoint" />
          </mxGeometry>
        </mxCell>
        <mxCell id="QUzsFoNl6aFI_2ed8XXq-98" parent="1" style="text;html=1;whiteSpace=wrap;strokeColor=none;fillColor=none;align=center;verticalAlign=middle;rounded=0;" value="release jira 2" vertex="1">
          <mxGeometry height="30" width="60" x="-585" y="890" as="geometry" />
        </mxCell>
        <mxCell id="QUzsFoNl6aFI_2ed8XXq-99" parent="1" style="text;html=1;whiteSpace=wrap;strokeColor=none;fillColor=none;align=center;verticalAlign=middle;rounded=0;" value="release jira 1" vertex="1">
          <mxGeometry height="30" width="60" x="-581" y="950" as="geometry" />
        </mxCell>
        <mxCell id="QUzsFoNl6aFI_2ed8XXq-100" parent="1" style="text;html=1;whiteSpace=wrap;strokeColor=none;fillColor=none;align=center;verticalAlign=middle;rounded=0;" value="release jira 3" vertex="1">
          <mxGeometry height="30" width="60" x="-568" y="830" as="geometry" />
        </mxCell>
        <mxCell id="QUzsFoNl6aFI_2ed8XXq-101" parent="1" style="text;html=1;whiteSpace=wrap;strokeColor=none;fillColor=none;align=center;verticalAlign=middle;rounded=0;" value="release&amp;nbsp; stable" vertex="1">
          <mxGeometry height="30" width="60" x="-170" y="1070" as="geometry" />
        </mxCell>
        <mxCell id="QUzsFoNl6aFI_2ed8XXq-103" parent="1" style="text;html=1;whiteSpace=wrap;strokeColor=none;fillColor=none;align=center;verticalAlign=middle;rounded=0;fontColor=#FF0000;" value="?" vertex="1">
          <mxGeometry height="30" width="60" x="-440" y="1040" as="geometry" />
+         </mxCell>
+         <mxCell id="QUzsFoNl6aFI_2ed8XXq-104" parent="1" style="text;html=1;whiteSpace=wrap;strokeColor=none;fillColor=none;align=center;verticalAlign=middle;rounded=0;" value="compter = 1" vertex="1">
+           <mxGeometry height="30" width="100" x="-560" y="230" as="geometry" />
+         </mxCell>
+         <mxCell id="QUzsFoNl6aFI_2ed8XXq-106" parent="1" style="text;html=1;whiteSpace=wrap;strokeColor=none;fillColor=none;align=center;verticalAlign=middle;rounded=0;" value="1. recois le meme fichier plusiere fois (CD_PA, DTF_PER_TRT), bloquer les chargement apres 1 fois&lt;div&gt;2. modifier les donnees et relancer&lt;/div&gt;&lt;div&gt;3. modifier le code et relancer&lt;/div&gt;" vertex="1">
+           <mxGeometry height="30" width="470" x="-360" y="720" as="geometry" />
+         </mxCell>
+         <mxCell id="QUzsFoNl6aFI_2ed8XXq-107" parent="1" style="text;html=1;whiteSpace=wrap;strokeColor=none;fillColor=none;align=center;verticalAlign=middle;rounded=0;" value="meme jira et relance plusier fois" vertex="1">
+           <mxGeometry height="30" width="240" x="-330" y="780" as="geometry" />
        </mxCell>
      </root>
    </mxGraphModel>
  </diagram>
</mxfile>
